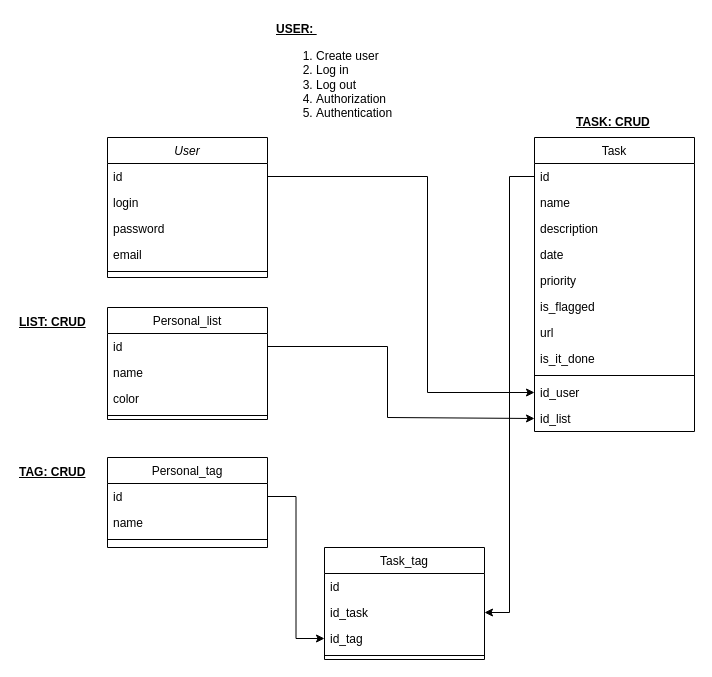
This is laravel-api.drawio from azzimandias/tasker-laravel-api, a draw.io file, before an edit. Source tidied: cells renumbered, new cells numbered last; positions are measured from the earlier drawing's top-left corner, leaving out a move shared by most shapes. Both pictures are drawn from the tidied source at 100%, with x=0, y=0 at pixel (17, 17).
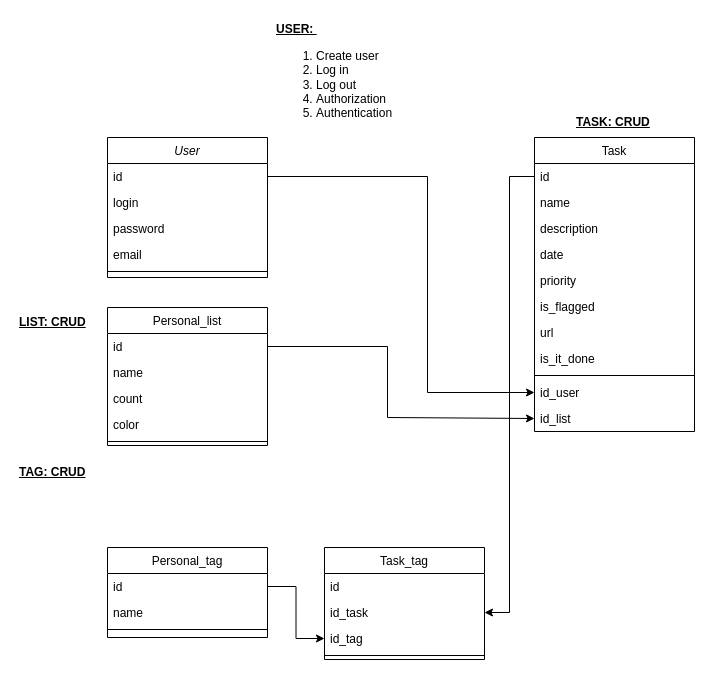
The same diagram, later.

Change to the diagram source:
```diff
@@
     <mxCell id="8" value="Personal_tag" style="swimlane;fontStyle=0;align=center;verticalAlign=top;horizontal=1;startSize=26;rounded=0;shadow=0;strokeWidth=1;" parent="1" vertex="1">
-      <mxGeometry x="90" y="440" width="160" height="90" as="geometry" />
+      <mxGeometry x="90" y="530" width="160" height="90" as="geometry" />
     </mxCell>
@@
     <mxCell id="12" value="Personal_list" style="swimlane;fontStyle=0;align=center;verticalAlign=top;horizontal=1;startSize=26;rounded=0;shadow=0;strokeWidth=1;" parent="1" vertex="1">
-      <mxGeometry x="90" y="290" width="160" height="112" as="geometry" />
+      <mxGeometry x="90" y="290" width="160" height="138" as="geometry" />
     </mxCell>
@@
-    <mxCell id="15" value="color" style="text;align=left;verticalAlign=top;spacingLeft=4;spacingRight=4;overflow=hidden;" parent="12" vertex="1">
+    <mxCell id="15" value="count" style="text;align=left;verticalAlign=top;spacingLeft=4;spacingRight=4;overflow=hidden;" parent="12" vertex="1">
       <mxGeometry y="78" width="160" height="26" as="geometry" />
     </mxCell>
+    <mxCell id="42" value="color" style="text;align=left;verticalAlign=top;spacingLeft=4;spacingRight=4;overflow=hidden;" parent="12" vertex="1">
+      <mxGeometry y="104" width="160" height="26" as="geometry" />
+    </mxCell>
     <mxCell id="16" style="line;html=1;strokeWidth=1;align=left;verticalAlign=middle;spacingTop=-1;spacingLeft=3;spacingRight=3;labelPosition=right;" parent="12" vertex="1">
-      <mxGeometry y="104" width="160" height="8" as="geometry" />
+      <mxGeometry y="130" width="160" height="8" as="geometry" />
     </mxCell>
```
